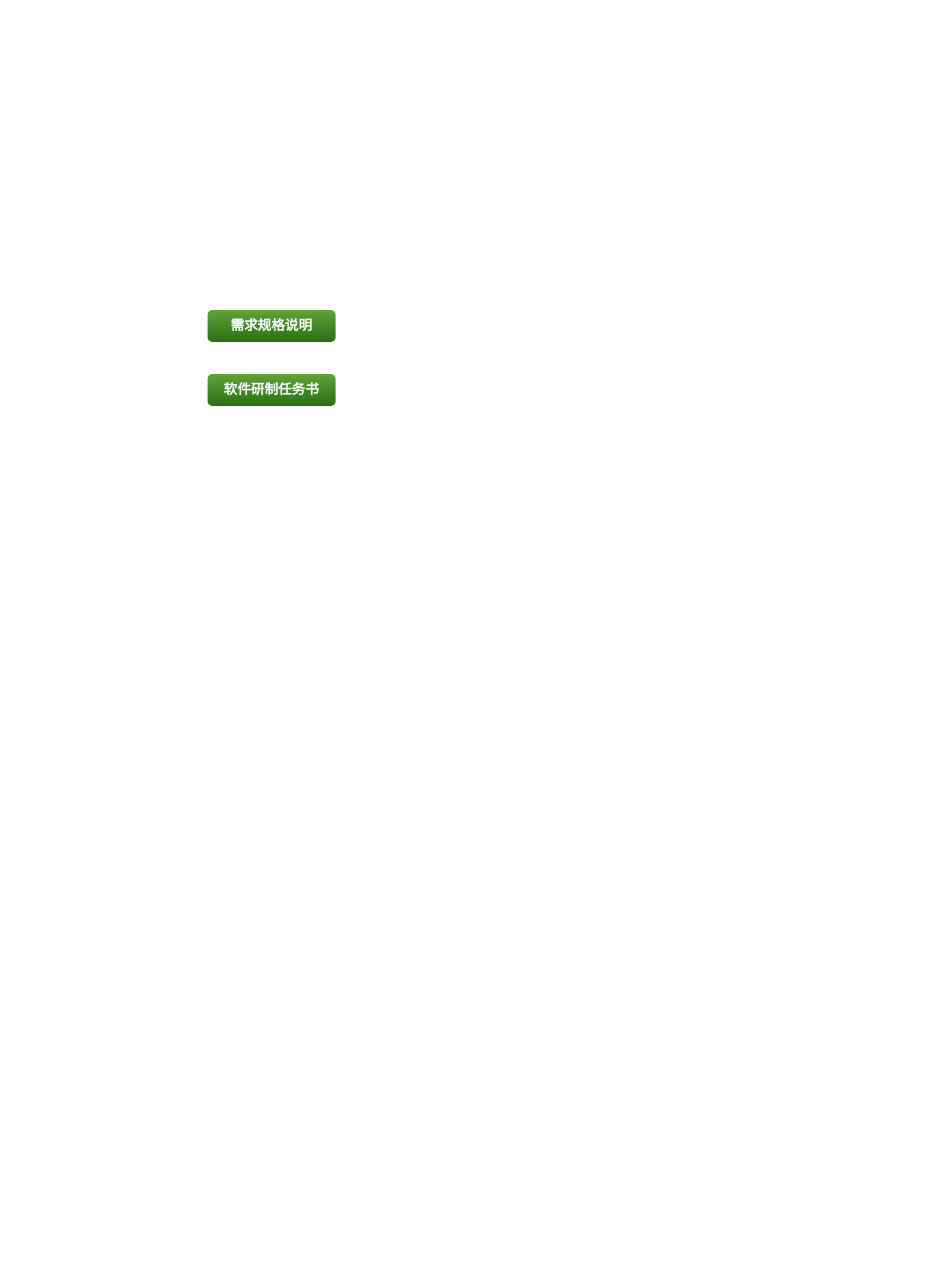
ColonelDarcy2018/excelsior keeps this draw.io diagram as 19008主要文档间关联关系.drawio. Above is the earlier version. Source tidied: cells renumbered, new cells numbered last; positions are measured from the earlier drawing's top-left corner, leaving out a move shared by most shapes. Both pictures are drawn from the tidied source at 80%, with x=0, y=0 at pixel (207, 310).
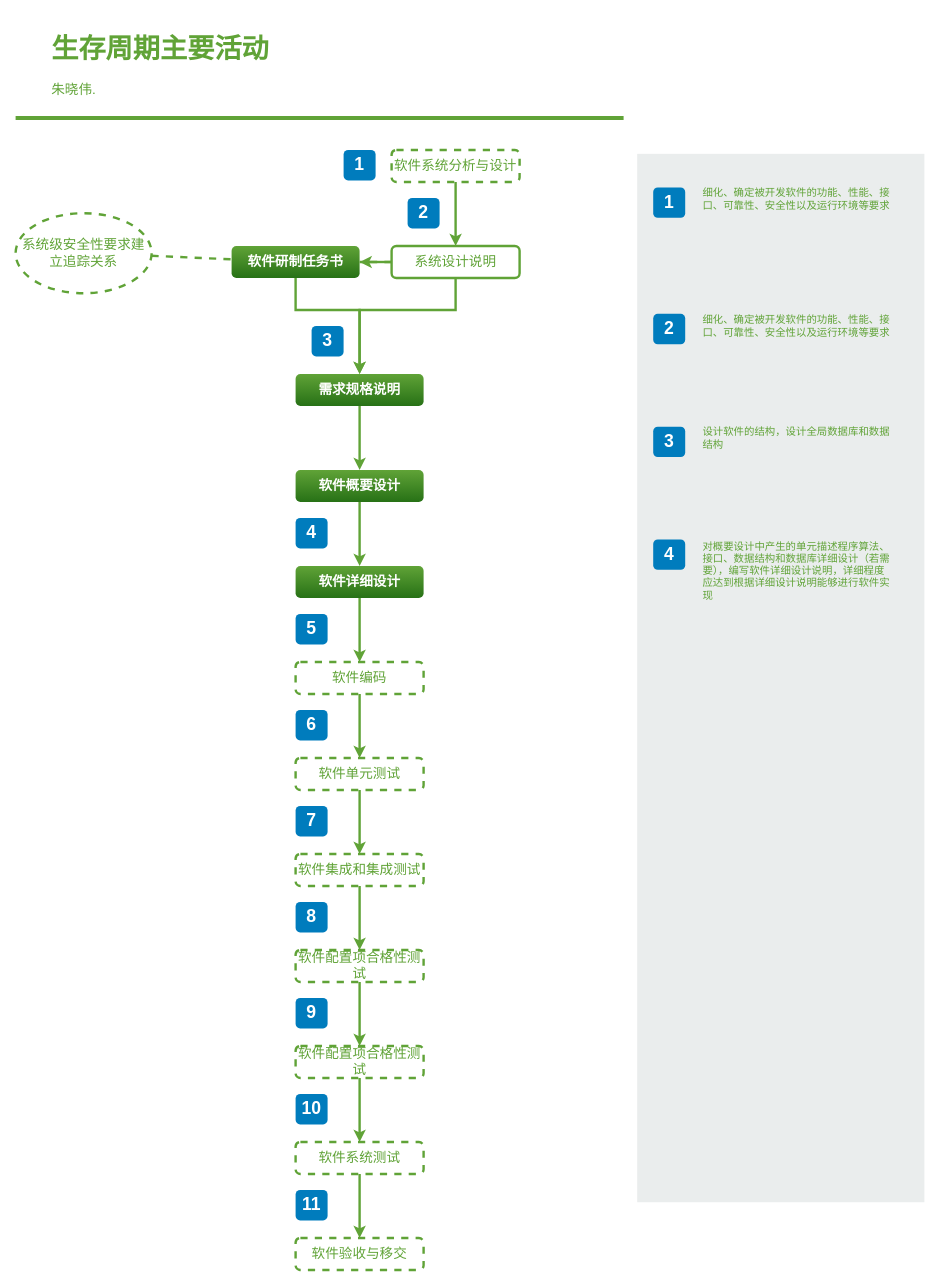
Above is the later version.

Commit message (it also covers changes not shown here):
Update 19008主要文档间关联关系.drawio

Change to the diagram source:
```diff
@@
+    <mxCell id="4" style="edgeStyle=orthogonalEdgeStyle;rounded=0;jettySize=auto;html=1;strokeColor=#60A337;strokeWidth=3;fontSize=17;fontColor=#60A337;" parent="1" edge="1" source="3" target="2">
+      <mxGeometry relative="1" as="geometry">
+        <Array as="points">
+          <mxPoint x="110" />
+          <mxPoint x="190" />
+        </Array>
+      </mxGeometry>
+    </mxCell>
+    <mxCell id="3" value="&lt;font color=&quot;#ffffff&quot; style=&quot;font-size: 17px&quot;&gt;软件研制任务书&lt;/font&gt;" style="rounded=1;whiteSpace=wrap;html=1;gradientColor=#277116;fillColor=#60A337;fontSize=17;strokeColor=none;fontStyle=1;" parent="1" vertex="1">
+      <mxGeometry x="30" y="-80" width="160" height="40" as="geometry" />
+    </mxCell>
+    <mxCell id="5" style="edgeStyle=none;rounded=0;jettySize=auto;html=1;endArrow=classic;endFill=1;strokeColor=#60A337;strokeWidth=3;fontSize=17;fontColor=#60A337;" parent="1" edge="1" source="2" target="15">
+      <mxGeometry relative="1" as="geometry" />
+    </mxCell>
     <mxCell id="2" value="&lt;font color=&quot;#ffffff&quot; style=&quot;font-size: 17px&quot;&gt;需求规格说明&lt;/font&gt;" style="rounded=1;whiteSpace=wrap;html=1;gradientColor=#277116;fillColor=#60A337;fontSize=17;strokeColor=none;fontStyle=1;" parent="1" vertex="1">
-      <mxGeometry width="160" height="40" as="geometry" />
+      <mxGeometry x="110" y="80" width="160" height="40" as="geometry" />
     </mxCell>
-    <mxCell id="3" value="&lt;font color=&quot;#ffffff&quot; style=&quot;font-size: 17px&quot;&gt;软件研制任务书&lt;/font&gt;" style="rounded=1;whiteSpace=wrap;html=1;gradientColor=#277116;fillColor=#60A337;fontSize=17;strokeColor=none;fontStyle=1;" parent="1" vertex="1">
-      <mxGeometry y="80" width="160" height="40" as="geometry" />
-    </mxCell>
+    <mxCell id="6" style="edgeStyle=orthogonalEdgeStyle;rounded=0;jettySize=auto;html=1;fontSize=17;fontColor=#60A337;strokeWidth=3;strokeColor=#60A337;" parent="1" edge="1" source="7" target="11">
+      <mxGeometry relative="1" as="geometry" />
+    </mxCell>
+    <mxCell id="7" value="软件系统分析与设计" style="rounded=1;whiteSpace=wrap;html=1;strokeColor=#60A337;strokeWidth=3;dashed=1;fontSize=17;fontColor=#60A337;" parent="1" vertex="1">
+      <mxGeometry x="230" y="-200" width="160" height="40" as="geometry" />
+    </mxCell>
+    <mxCell id="8" style="edgeStyle=orthogonalEdgeStyle;rounded=0;jettySize=auto;html=1;entryX=0.5;entryY=0;entryDx=0;entryDy=0;strokeColor=#60A337;strokeWidth=3;fontSize=17;fontColor=#60A337;" parent="1" edge="1" source="11" target="2">
+      <mxGeometry relative="1" as="geometry">
+        <Array as="points">
+          <mxPoint x="310" />
+          <mxPoint x="190" />
+        </Array>
+      </mxGeometry>
+    </mxCell>
+    <mxCell id="9" style="edgeStyle=none;rounded=0;jettySize=auto;html=1;dashed=1;endArrow=none;endFill=0;strokeColor=#60A337;strokeWidth=3;fontSize=17;fontColor=#60A337;" parent="1" edge="1" source="11" target="3">
+      <mxGeometry relative="1" as="geometry" />
+    </mxCell>
+    <mxCell id="10" style="edgeStyle=none;rounded=0;jettySize=auto;html=1;endArrow=classic;endFill=1;strokeColor=#60A337;strokeWidth=3;fontSize=17;fontColor=#60A337;" parent="1" edge="1" source="11" target="3">
+      <mxGeometry relative="1" as="geometry" />
+    </mxCell>
+    <mxCell id="11" value="系统设计说明" style="rounded=1;whiteSpace=wrap;html=1;strokeColor=#60A337;strokeWidth=3;fontSize=17;fontColor=#60A337;" parent="1" vertex="1">
+      <mxGeometry x="230" y="-80" width="160" height="40" as="geometry" />
+    </mxCell>
+    <mxCell id="12" style="rounded=0;jettySize=auto;html=1;strokeColor=#60A337;strokeWidth=3;fontSize=17;fontColor=#60A337;dashed=1;endArrow=none;endFill=0;" parent="1" edge="1" source="13" target="3">
+      <mxGeometry relative="1" as="geometry" />
+    </mxCell>
+    <mxCell id="13" value="系统级安全性要求建立追踪关系" style="ellipse;whiteSpace=wrap;html=1;strokeColor=#60A337;strokeWidth=3;fontSize=17;fontColor=#60A337;dashed=1;" parent="1" vertex="1">
+      <mxGeometry x="-240" y="-121" width="170" height="100" as="geometry" />
+    </mxCell>
+    <mxCell id="14" style="edgeStyle=none;rounded=0;jettySize=auto;html=1;endArrow=classic;endFill=1;strokeColor=#60A337;strokeWidth=3;fontSize=17;fontColor=#60A337;" parent="1" edge="1" source="15" target="17">
+      <mxGeometry relative="1" as="geometry" />
+    </mxCell>
+    <mxCell id="15" value="&lt;font color=&quot;#ffffff&quot; style=&quot;font-size: 17px&quot;&gt;软件概要设计&lt;/font&gt;" style="rounded=1;whiteSpace=wrap;html=1;gradientColor=#277116;fillColor=#60A337;fontSize=17;strokeColor=none;fontStyle=1;" parent="1" vertex="1">
+      <mxGeometry x="110" y="200" width="160" height="40" as="geometry" />
+    </mxCell>
+    <mxCell id="16" style="edgeStyle=none;rounded=0;jettySize=auto;html=1;endArrow=classic;endFill=1;strokeColor=#60A337;strokeWidth=3;fontSize=17;fontColor=#60A337;" parent="1" edge="1" source="17" target="19">
+      <mxGeometry relative="1" as="geometry" />
+    </mxCell>
+    <mxCell id="17" value="&lt;font color=&quot;#ffffff&quot; style=&quot;font-size: 17px&quot;&gt;软件详细设计&lt;/font&gt;" style="rounded=1;whiteSpace=wrap;html=1;gradientColor=#277116;fillColor=#60A337;fontSize=17;strokeColor=none;fontStyle=1;" parent="1" vertex="1">
+      <mxGeometry x="110" y="320" width="160" height="40" as="geometry" />
+    </mxCell>
+    <mxCell id="18" style="edgeStyle=none;rounded=0;jettySize=auto;html=1;endArrow=classic;endFill=1;strokeColor=#60A337;strokeWidth=3;fontSize=17;fontColor=#60A337;" parent="1" edge="1" source="19" target="21">
+      <mxGeometry relative="1" as="geometry" />
+    </mxCell>
+    <mxCell id="19" value="软件编码" style="rounded=1;whiteSpace=wrap;html=1;strokeColor=#60A337;strokeWidth=3;dashed=1;fontSize=17;fontColor=#60A337;" parent="1" vertex="1">
+      <mxGeometry x="110" y="440" width="160" height="40" as="geometry" />
+    </mxCell>
+    <mxCell id="20" style="edgeStyle=none;rounded=0;jettySize=auto;html=1;endArrow=classic;endFill=1;strokeColor=#60A337;strokeWidth=3;fontSize=17;fontColor=#60A337;" parent="1" edge="1" source="21" target="23">
+      <mxGeometry relative="1" as="geometry" />
+    </mxCell>
+    <mxCell id="21" value="软件单元测试" style="rounded=1;whiteSpace=wrap;html=1;strokeColor=#60A337;strokeWidth=3;dashed=1;fontSize=17;fontColor=#60A337;" parent="1" vertex="1">
+      <mxGeometry x="110" y="560" width="160" height="40" as="geometry" />
+    </mxCell>
+    <mxCell id="22" style="edgeStyle=none;rounded=0;jettySize=auto;html=1;endArrow=classic;endFill=1;strokeColor=#60A337;strokeWidth=3;fontSize=17;fontColor=#60A337;" parent="1" edge="1" source="23" target="25">
+      <mxGeometry relative="1" as="geometry" />
+    </mxCell>
+    <mxCell id="23" value="软件集成和集成测试" style="rounded=1;whiteSpace=wrap;html=1;strokeColor=#60A337;strokeWidth=3;dashed=1;fontSize=17;fontColor=#60A337;" parent="1" vertex="1">
+      <mxGeometry x="110" y="680" width="160" height="40" as="geometry" />
+    </mxCell>
+    <mxCell id="24" style="edgeStyle=none;rounded=0;jettySize=auto;html=1;endArrow=classic;endFill=1;strokeColor=#60A337;strokeWidth=3;fontSize=17;fontColor=#60A337;" parent="1" edge="1" source="25" target="27">
+      <mxGeometry relative="1" as="geometry" />
+    </mxCell>
+    <mxCell id="25" value="软件配置项合格性测试" style="rounded=1;whiteSpace=wrap;html=1;strokeColor=#60A337;strokeWidth=3;dashed=1;fontSize=17;fontColor=#60A337;" parent="1" vertex="1">
+      <mxGeometry x="110" y="800" width="160" height="40" as="geometry" />
+    </mxCell>
+    <mxCell id="26" style="edgeStyle=none;rounded=0;jettySize=auto;html=1;endArrow=classic;endFill=1;strokeColor=#60A337;strokeWidth=3;fontSize=17;fontColor=#60A337;" parent="1" edge="1" source="27" target="29">
+      <mxGeometry relative="1" as="geometry" />
+    </mxCell>
+    <mxCell id="27" value="软件配置项合格性测试" style="rounded=1;whiteSpace=wrap;html=1;strokeColor=#60A337;strokeWidth=3;dashed=1;fontSize=17;fontColor=#60A337;" parent="1" vertex="1">
+      <mxGeometry x="110" y="920" width="160" height="40" as="geometry" />
+    </mxCell>
+    <mxCell id="28" style="edgeStyle=none;rounded=0;jettySize=auto;html=1;endArrow=classic;endFill=1;strokeColor=#60A337;strokeWidth=3;fontSize=17;fontColor=#60A337;" parent="1" edge="1" source="29" target="30">
+      <mxGeometry relative="1" as="geometry" />
+    </mxCell>
+    <mxCell id="29" value="软件系统测试" style="rounded=1;whiteSpace=wrap;html=1;strokeColor=#60A337;strokeWidth=3;dashed=1;fontSize=17;fontColor=#60A337;" parent="1" vertex="1">
+      <mxGeometry x="110" y="1040" width="160" height="40" as="geometry" />
+    </mxCell>
+    <mxCell id="30" value="软件验收与移交" style="rounded=1;whiteSpace=wrap;html=1;strokeColor=#60A337;strokeWidth=3;dashed=1;fontSize=17;fontColor=#60A337;" parent="1" vertex="1">
+      <mxGeometry x="110" y="1160" width="160" height="40" as="geometry" />
+    </mxCell>
+    <mxCell id="31" value="&lt;h1&gt;生存周期主要活动&lt;/h1&gt;&lt;p&gt;朱晓伟.&lt;/p&gt;" style="text;html=1;strokeColor=none;fillColor=none;spacing=5;spacingTop=-20;whiteSpace=wrap;overflow=hidden;rounded=0;dashed=1;fontSize=17;fontColor=#60A337;align=left;" parent="1" vertex="1">
+      <mxGeometry x="-200" y="-360" width="430" height="120" as="geometry" />
+    </mxCell>
+    <mxCell id="32" style="endArrow=none;html=1;strokeColor=#60A337;strokeWidth=5;fontSize=17;fontColor=#60A337;" parent="1" edge="1">
+      <mxGeometry relative="1" as="geometry">
+        <mxPoint x="-240" y="-240" as="sourcePoint" />
+        <mxPoint x="520" y="-240" as="targetPoint" />
+      </mxGeometry>
+    </mxCell>
+    <mxCell id="33" style="rounded=0;whiteSpace=wrap;html=1;fillColor=#EAEDED;fontSize=22;fontColor=#FFFFFF;strokeColor=none;labelBackgroundColor=none;" parent="1" vertex="1">
+      <mxGeometry x="537" y="-195.2" width="359" height="1310.5" as="geometry" />
+    </mxCell>
+    <mxCell id="34" value="1" style="rounded=1;whiteSpace=wrap;html=1;fillColor=#007CBD;strokeColor=none;fontColor=#FFFFFF;fontStyle=1;fontSize=22;" parent="1" vertex="1">
+      <mxGeometry x="557" y="-153.2" width="40" height="38" as="geometry" />
+    </mxCell>
+    <mxCell id="35" value="2" style="rounded=1;whiteSpace=wrap;html=1;fillColor=#007CBD;strokeColor=none;fontColor=#FFFFFF;fontStyle=1;fontSize=22;" parent="1" vertex="1">
+      <mxGeometry x="557" y="4.8" width="40" height="38" as="geometry" />
+    </mxCell>
+    <mxCell id="36" value="细化、确定被开发软件的功能、性能、接口、可靠性、安全性以及运行环境等要求" style="text;html=1;strokeColor=none;fillColor=none;align=left;verticalAlign=middle;whiteSpace=wrap;rounded=0;fontSize=13;fontColor=#60A337;" parent="1" vertex="1">
+      <mxGeometry x="617" y="-153.2" width="240" height="28" as="geometry" />
+    </mxCell>
+    <mxCell id="37" value="1" style="rounded=1;whiteSpace=wrap;html=1;fillColor=#007CBD;strokeColor=none;fontColor=#FFFFFF;fontStyle=1;fontSize=22;" parent="1" vertex="1">
+      <mxGeometry x="170" y="-200" width="40" height="38" as="geometry" />
+    </mxCell>
+    <mxCell id="38" value="细化、确定被开发软件的功能、性能、接口、可靠性、安全性以及运行环境等要求" style="text;html=1;strokeColor=none;fillColor=none;align=left;verticalAlign=middle;whiteSpace=wrap;rounded=0;fontSize=13;fontColor=#60A337;" parent="1" vertex="1">
+      <mxGeometry x="617" y="4.8" width="240" height="30" as="geometry" />
+    </mxCell>
+    <mxCell id="39" value="2" style="rounded=1;whiteSpace=wrap;html=1;fillColor=#007CBD;strokeColor=none;fontColor=#FFFFFF;fontStyle=1;fontSize=22;" parent="1" vertex="1">
+      <mxGeometry x="250" y="-140" width="40" height="38" as="geometry" />
+    </mxCell>
+    <mxCell id="40" value="&lt;font style=&quot;font-size: 13px&quot;&gt;设计软件的结构，设计全局数据库和数据结构&lt;/font&gt;" style="text;html=1;strokeColor=none;fillColor=none;align=left;verticalAlign=middle;whiteSpace=wrap;rounded=0;fontSize=13;fontColor=#60A337;" parent="1" vertex="1">
+      <mxGeometry x="617" y="145.8" width="240" height="29" as="geometry" />
+    </mxCell>
+    <mxCell id="41" value="&lt;font style=&quot;font-size: 13px&quot;&gt;对概要设计中产生的单元描述程序算法、接口、数据结构和数据库详细设计（若需要），编写软件详细设计说明，详细程度应达到根据详细设计说明能够进行软件实现&lt;/font&gt;" style="text;html=1;strokeColor=none;fillColor=none;align=left;verticalAlign=middle;whiteSpace=wrap;rounded=0;fontSize=13;fontColor=#60A337;" parent="1" vertex="1">
+      <mxGeometry x="617" y="286.8" width="240" height="78" as="geometry" />
+    </mxCell>
+    <mxCell id="42" value="3" style="rounded=1;whiteSpace=wrap;html=1;fillColor=#007CBD;strokeColor=none;fontColor=#FFFFFF;fontStyle=1;fontSize=22;" parent="1" vertex="1">
+      <mxGeometry x="130" y="20" width="40" height="38" as="geometry" />
+    </mxCell>
+    <mxCell id="43" value="3" style="rounded=1;whiteSpace=wrap;html=1;fillColor=#007CBD;strokeColor=none;fontColor=#FFFFFF;fontStyle=1;fontSize=22;" parent="1" vertex="1">
+      <mxGeometry x="557" y="145.8" width="40" height="38" as="geometry" />
+    </mxCell>
+    <mxCell id="44" value="4" style="rounded=1;whiteSpace=wrap;html=1;fillColor=#007CBD;strokeColor=none;fontColor=#FFFFFF;fontStyle=1;fontSize=22;" parent="1" vertex="1">
+      <mxGeometry x="557" y="286.8" width="40" height="38" as="geometry" />
+    </mxCell>
+    <mxCell id="45" value="4" style="rounded=1;whiteSpace=wrap;html=1;fillColor=#007CBD;strokeColor=none;fontColor=#FFFFFF;fontStyle=1;fontSize=22;" parent="1" vertex="1">
+      <mxGeometry x="110" y="260" width="40" height="38" as="geometry" />
+    </mxCell>
+    <mxCell id="46" value="5" style="rounded=1;whiteSpace=wrap;html=1;fillColor=#007CBD;strokeColor=none;fontColor=#FFFFFF;fontStyle=1;fontSize=22;" parent="1" vertex="1">
+      <mxGeometry x="110" y="380" width="40" height="38" as="geometry" />
+    </mxCell>
+    <mxCell id="47" value="6" style="rounded=1;whiteSpace=wrap;html=1;fillColor=#007CBD;strokeColor=none;fontColor=#FFFFFF;fontStyle=1;fontSize=22;" parent="1" vertex="1">
+      <mxGeometry x="110" y="500" width="40" height="38" as="geometry" />
+    </mxCell>
+    <mxCell id="48" value="7" style="rounded=1;whiteSpace=wrap;html=1;fillColor=#007CBD;strokeColor=none;fontColor=#FFFFFF;fontStyle=1;fontSize=22;" parent="1" vertex="1">
+      <mxGeometry x="110" y="620" width="40" height="38" as="geometry" />
+    </mxCell>
+    <mxCell id="49" value="8" style="rounded=1;whiteSpace=wrap;html=1;fillColor=#007CBD;strokeColor=none;fontColor=#FFFFFF;fontStyle=1;fontSize=22;" parent="1" vertex="1">
+      <mxGeometry x="110" y="740" width="40" height="38" as="geometry" />
+    </mxCell>
+    <mxCell id="50" value="9" style="rounded=1;whiteSpace=wrap;html=1;fillColor=#007CBD;strokeColor=none;fontColor=#FFFFFF;fontStyle=1;fontSize=22;" parent="1" vertex="1">
+      <mxGeometry x="110" y="860" width="40" height="38" as="geometry" />
+    </mxCell>
+    <mxCell id="51" value="10" style="rounded=1;whiteSpace=wrap;html=1;fillColor=#007CBD;strokeColor=none;fontColor=#FFFFFF;fontStyle=1;fontSize=22;" parent="1" vertex="1">
+      <mxGeometry x="110" y="980" width="40" height="38" as="geometry" />
+    </mxCell>
+    <mxCell id="52" value="11" style="rounded=1;whiteSpace=wrap;html=1;fillColor=#007CBD;strokeColor=none;fontColor=#FFFFFF;fontStyle=1;fontSize=22;" parent="1" vertex="1">
+      <mxGeometry x="110" y="1100" width="40" height="38" as="geometry" />
+    </mxCell>
```
